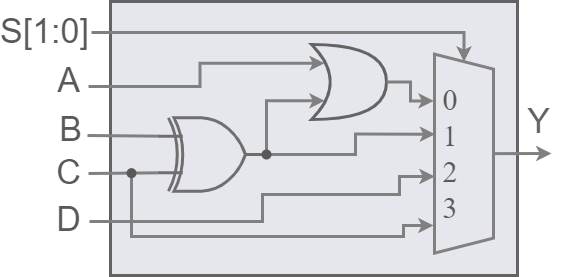
Above: Labs/Pic/multiplexors_5.png in MPSU/exAPS (draw.io), before the change. Source tidied: cells renumbered, new cells last; positions are measured from the earlier drawing's top-left corner, leaving out a move shared by most shapes. Its diagram source:
```xml
<mxGraphModel>
  <root>
    <mxCell id="0" />
    <mxCell id="1" parent="0" />
    <mxCell id="2" style="rounded=0;whiteSpace=wrap;html=1;labelBackgroundColor=none;strokeColor=#636363;strokeWidth=3;fontSize=34;fillColor=#E6E6ED;" parent="1" vertex="1">
      <mxGeometry x="23" width="407" height="274" as="geometry" />
    </mxCell>
    <mxCell id="3" style="shape=trapezoid;perimeter=trapezoidPerimeter;html=1;fixedSize=1;fontSize=12;rotation=90;size=14.999999999999886;fontFamily=Times New Roman;strokeColor=#808080;fontColor=#595959;whiteSpace=wrap;labelBackgroundColor=none;fillColor=none;strokeWidth=3;" parent="1" vertex="1">
      <mxGeometry x="277" y="122.6" width="199" height="59" as="geometry" />
    </mxCell>
    <mxCell id="4" value="&lt;font style=&quot;font-size: 30px;&quot;&gt;0&lt;br style=&quot;&quot;&gt;1&lt;br&gt;2&lt;br&gt;3&lt;br&gt;&lt;/font&gt;" style="text;html=1;strokeColor=none;fillColor=none;align=center;verticalAlign=middle;whiteSpace=wrap;rounded=0;fontSize=12;fontFamily=Times New Roman;fontColor=#595959;spacingTop=-1;spacing=-1;spacingLeft=0;strokeWidth=3;" parent="1" vertex="1">
      <mxGeometry x="321" y="130.1" width="84.2" height="44.1" as="geometry" />
    </mxCell>
    <mxCell id="5" style="endArrow=none;html=1;rounded=0;fontSize=12;startArrow=none;startFill=0;fontFamily=Times New Roman;strokeColor=#808080;fontColor=#595959;strokeWidth=3;exitX=0;exitY=0.25;exitDx=0;exitDy=0;exitPerimeter=0;" parent="1" edge="1" source="19">
      <mxGeometry relative="1" as="geometry">
        <mxPoint y="134" as="targetPoint" />
      </mxGeometry>
    </mxCell>
    <mxCell id="6" value="B" style="edgeLabel;html=1;align=center;verticalAlign=middle;fontColor=#595959;fontSize=34;labelBackgroundColor=none;" parent="5" vertex="1">
      <mxGeometry x="0.28" relative="1" as="geometry">
        <mxPoint x="-43" y="-7" as="offset" />
      </mxGeometry>
    </mxCell>
    <mxCell id="7" style="endArrow=none;html=1;rounded=0;fontSize=12;startArrow=none;startFill=0;fontFamily=Times New Roman;strokeColor=#808080;fontColor=#595959;strokeWidth=3;exitX=0;exitY=0.75;exitDx=0;exitDy=0;exitPerimeter=0;" parent="1" edge="1" source="19">
      <mxGeometry relative="1" as="geometry">
        <mxPoint x="1" y="172" as="targetPoint" />
      </mxGeometry>
    </mxCell>
    <mxCell id="8" value="C" style="edgeLabel;html=1;align=center;verticalAlign=middle;fontColor=#595959;labelBackgroundColor=none;fontSize=34;" parent="7" vertex="1">
      <mxGeometry x="0.33" y="1" relative="1" as="geometry">
        <mxPoint x="-43" y="-2" as="offset" />
      </mxGeometry>
    </mxCell>
    <mxCell id="9" style="endArrow=none;html=1;rounded=0;fontSize=12;startArrow=classic;startFill=1;fontFamily=Times New Roman;strokeColor=#808080;fontColor=#595959;strokeWidth=3;edgeStyle=orthogonalEdgeStyle;exitX=0;exitY=0.5;exitDx=0;exitDy=0;" parent="1" edge="1" source="3">
      <mxGeometry relative="1" as="geometry">
        <mxPoint x="4" y="31" as="targetPoint" />
        <Array as="points">
          <mxPoint x="376" y="31" />
        </Array>
      </mxGeometry>
    </mxCell>
    <mxCell id="10" value="S[1:0]" style="edgeLabel;html=1;align=center;verticalAlign=middle;fontColor=#595959;fontSize=34;labelBackgroundColor=none;" parent="9" vertex="1">
      <mxGeometry x="0.28" relative="1" as="geometry">
        <mxPoint x="-191" y="-1" as="offset" />
      </mxGeometry>
    </mxCell>
    <mxCell id="11" style="endArrow=none;html=1;rounded=0;fontSize=12;startArrow=classic;startFill=1;fontFamily=Times New Roman;strokeColor=#808080;fontColor=#595959;strokeWidth=3;exitX=0.615;exitY=0.997;exitDx=0;exitDy=0;exitPerimeter=0;edgeStyle=orthogonalEdgeStyle;" parent="1" edge="1" source="3">
      <mxGeometry relative="1" as="geometry">
        <mxPoint x="2" y="220" as="targetPoint" />
        <Array as="points">
          <mxPoint x="312" y="175" />
          <mxPoint x="312" y="193" />
          <mxPoint x="175" y="193" />
          <mxPoint x="175" y="220" />
        </Array>
      </mxGeometry>
    </mxCell>
    <mxCell id="12" value="D" style="edgeLabel;html=1;align=center;verticalAlign=middle;fontColor=#595959;fontSize=34;labelBackgroundColor=none;" parent="11" vertex="1">
      <mxGeometry x="0.28" relative="1" as="geometry">
        <mxPoint x="-161" y="-2" as="offset" />
      </mxGeometry>
    </mxCell>
    <mxCell id="13" style="endArrow=none;html=1;rounded=0;fontSize=12;startArrow=none;startFill=0;fontFamily=Times New Roman;strokeColor=#808080;fontColor=#595959;strokeWidth=3;exitDx=0;exitDy=0;exitPerimeter=0;entryX=1;entryY=0.5;entryDx=0;entryDy=0;entryPerimeter=0;" parent="1" edge="1" source="24" target="19">
      <mxGeometry relative="1" as="geometry" />
    </mxCell>
    <mxCell id="14" style="endArrow=none;html=1;rounded=0;fontSize=12;startArrow=classic;startFill=1;fontFamily=Times New Roman;strokeColor=#808080;fontColor=#595959;strokeWidth=3;exitX=0.402;exitY=0.989;exitDx=0;exitDy=0;exitPerimeter=0;entryDx=0;entryDy=0;entryPerimeter=0;edgeStyle=orthogonalEdgeStyle;" parent="1" edge="1" source="3" target="24">
      <mxGeometry relative="1" as="geometry" />
    </mxCell>
    <mxCell id="15" style="endArrow=none;html=1;rounded=0;fontSize=12;startArrow=classic;startFill=1;fontFamily=Times New Roman;strokeColor=#808080;fontColor=#595959;strokeWidth=3;exitX=0.175;exitY=0.25;exitDx=0;exitDy=0;exitPerimeter=0;edgeStyle=orthogonalEdgeStyle;" parent="1" edge="1" source="20">
      <mxGeometry relative="1" as="geometry">
        <mxPoint x="1" y="85" as="targetPoint" />
      </mxGeometry>
    </mxCell>
    <mxCell id="16" value="A" style="edgeLabel;html=1;align=center;verticalAlign=middle;fontColor=#595959;fontSize=34;labelBackgroundColor=none;" parent="15" vertex="1">
      <mxGeometry x="0.28" relative="1" as="geometry">
        <mxPoint x="-113" y="-6" as="offset" />
      </mxGeometry>
    </mxCell>
    <mxCell id="17" style="endArrow=none;html=1;rounded=0;fontSize=12;startArrow=classic;startFill=1;fontFamily=Times New Roman;strokeColor=#808080;fontColor=#595959;strokeWidth=3;entryX=0.5;entryY=0;entryDx=0;entryDy=0;" parent="1" edge="1" target="3">
      <mxGeometry relative="1" as="geometry">
        <mxPoint x="464" y="152" as="sourcePoint" />
      </mxGeometry>
    </mxCell>
    <mxCell id="18" value="Y" style="edgeLabel;html=1;align=center;verticalAlign=middle;fontSize=34;fontColor=#636363;labelBackgroundColor=none;" parent="17" vertex="1">
      <mxGeometry x="0.38" y="-1" relative="1" as="geometry">
        <mxPoint x="27" y="-31" as="offset" />
      </mxGeometry>
    </mxCell>
    <mxCell id="19" style="verticalLabelPosition=bottom;shadow=0;dashed=0;align=center;html=1;verticalAlign=top;shape=mxgraph.electrical.logic_gates.logic_gate;operation=xor;labelBackgroundColor=none;strokeColor=#6E6E6E;strokeWidth=3;fontSize=34;fontColor=#636363;fillColor=none;" parent="1" vertex="1">
      <mxGeometry x="70" y="116.3" width="110" height="73.4" as="geometry" />
    </mxCell>
    <mxCell id="20" style="shape=xor;whiteSpace=wrap;html=1;fontColor=#595959;strokeWidth=3;strokeColor=#636363;fillColor=none;" parent="1" vertex="1">
      <mxGeometry x="224" y="43" width="75" height="75" as="geometry" />
    </mxCell>
    <mxCell id="21" style="endArrow=none;html=1;rounded=0;fontSize=12;startArrow=classic;startFill=1;fontFamily=Times New Roman;strokeColor=#808080;fontColor=#595959;strokeWidth=3;edgeStyle=orthogonalEdgeStyle;" parent="1" edge="1" target="22">
      <mxGeometry relative="1" as="geometry">
        <mxPoint x="346" y="224" as="sourcePoint" />
        <Array as="points">
          <mxPoint x="316" y="224" />
          <mxPoint x="316" y="235" />
          <mxPoint x="44" y="235" />
        </Array>
      </mxGeometry>
    </mxCell>
    <mxCell id="22" style="shape=waypoint;sketch=0;size=6;points=[];fillColor=none;perimeter=centerPerimeter;snapToPoint=1;labelBackgroundColor=none;strokeColor=#595959;strokeWidth=3;fontSize=34;fontColor=none;" parent="1" vertex="1">
      <mxGeometry x="34" y="161.6" width="20" height="20" as="geometry" />
    </mxCell>
    <mxCell id="23" style="endArrow=none;html=1;rounded=0;fontSize=12;startArrow=classic;startFill=1;fontFamily=Times New Roman;strokeColor=#808080;fontColor=#595959;strokeWidth=3;exitX=0.175;exitY=0.75;exitDx=0;exitDy=0;exitPerimeter=0;edgeStyle=orthogonalEdgeStyle;entryX=0.529;entryY=0.721;entryDx=0;entryDy=0;entryPerimeter=0;" parent="1" edge="1" source="20" target="24">
      <mxGeometry relative="1" as="geometry" />
    </mxCell>
    <mxCell id="24" style="shape=waypoint;sketch=0;size=6;points=[];fillColor=none;perimeter=centerPerimeter;snapToPoint=1;labelBackgroundColor=none;strokeColor=#595959;strokeWidth=3;fontSize=34;fontColor=none;" parent="1" vertex="1">
      <mxGeometry x="169" y="143" width="20" height="20" as="geometry" />
    </mxCell>
    <mxCell id="25" style="endArrow=none;html=1;rounded=0;fontSize=12;startArrow=classic;startFill=1;fontFamily=Times New Roman;strokeColor=#808080;fontColor=#595959;strokeWidth=3;exitX=0.235;exitY=1.013;exitDx=0;exitDy=0;exitPerimeter=0;edgeStyle=orthogonalEdgeStyle;entryX=1;entryY=0.5;entryDx=0;entryDy=0;entryPerimeter=0;" parent="1" edge="1" source="3" target="20">
      <mxGeometry relative="1" as="geometry" />
    </mxCell>
  </root>
</mxGraphModel>
```
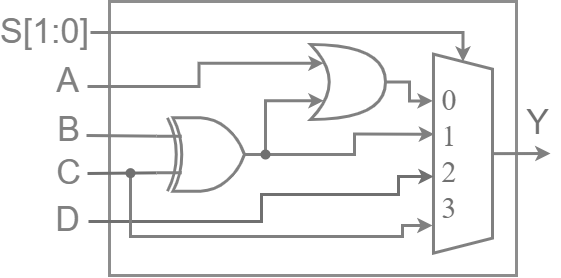
After the change.

Commit message:
Изменены картинки для Multiplexors.md

Diff of the diagram source:
```diff
@@ -2,36 +2,36 @@
   <root>
     <mxCell id="0" />
     <mxCell id="1" parent="0" />
-    <mxCell id="2" style="rounded=0;whiteSpace=wrap;html=1;labelBackgroundColor=none;strokeColor=#636363;strokeWidth=3;fontSize=34;fillColor=#E6E6ED;" parent="1" vertex="1">
+    <mxCell id="2" style="rounded=0;whiteSpace=wrap;html=1;labelBackgroundColor=none;strokeColor=#707070;strokeWidth=3;fontSize=34;fillColor=none;opacity=80;fontColor=#707070;" parent="1" vertex="1">
       <mxGeometry x="23" width="407" height="274" as="geometry" />
     </mxCell>
-    <mxCell id="3" style="shape=trapezoid;perimeter=trapezoidPerimeter;html=1;fixedSize=1;fontSize=12;rotation=90;size=14.999999999999886;fontFamily=Times New Roman;strokeColor=#808080;fontColor=#595959;whiteSpace=wrap;labelBackgroundColor=none;fillColor=none;strokeWidth=3;" parent="1" vertex="1">
+    <mxCell id="3" style="shape=trapezoid;perimeter=trapezoidPerimeter;html=1;fixedSize=1;fontSize=12;rotation=90;size=14.999999999999886;fontFamily=Times New Roman;strokeColor=#808080;fontColor=#707070;whiteSpace=wrap;labelBackgroundColor=none;fillColor=none;strokeWidth=3;" parent="1" vertex="1">
       <mxGeometry x="277" y="122.6" width="199" height="59" as="geometry" />
     </mxCell>
-    <mxCell id="4" value="&lt;font style=&quot;font-size: 30px;&quot;&gt;0&lt;br style=&quot;&quot;&gt;1&lt;br&gt;2&lt;br&gt;3&lt;br&gt;&lt;/font&gt;" style="text;html=1;strokeColor=none;fillColor=none;align=center;verticalAlign=middle;whiteSpace=wrap;rounded=0;fontSize=12;fontFamily=Times New Roman;fontColor=#595959;spacingTop=-1;spacing=-1;spacingLeft=0;strokeWidth=3;" parent="1" vertex="1">
+    <mxCell id="4" value="&lt;font style=&quot;font-size: 30px;&quot;&gt;0&lt;br style=&quot;&quot;&gt;1&lt;br&gt;2&lt;br&gt;3&lt;br&gt;&lt;/font&gt;" style="text;html=1;strokeColor=none;fillColor=none;align=center;verticalAlign=middle;whiteSpace=wrap;rounded=0;fontSize=12;fontFamily=Times New Roman;fontColor=#707070;spacingTop=-1;spacing=-1;spacingLeft=0;strokeWidth=3;" parent="1" vertex="1">
       <mxGeometry x="321" y="130.1" width="84.2" height="44.1" as="geometry" />
     </mxCell>
-    <mxCell id="5" style="endArrow=none;html=1;rounded=0;fontSize=12;startArrow=none;startFill=0;fontFamily=Times New Roman;strokeColor=#808080;fontColor=#595959;strokeWidth=3;exitX=0;exitY=0.25;exitDx=0;exitDy=0;exitPerimeter=0;" parent="1" edge="1" source="19">
+    <mxCell id="5" style="endArrow=none;html=1;rounded=0;fontSize=12;startArrow=none;startFill=0;fontFamily=Times New Roman;strokeColor=#808080;fontColor=#707070;strokeWidth=3;exitX=0;exitY=0.25;exitDx=0;exitDy=0;exitPerimeter=0;" parent="1" edge="1" source="19">
       <mxGeometry relative="1" as="geometry">
         <mxPoint y="134" as="targetPoint" />
       </mxGeometry>
     </mxCell>
-    <mxCell id="6" value="B" style="edgeLabel;html=1;align=center;verticalAlign=middle;fontColor=#595959;fontSize=34;labelBackgroundColor=none;" parent="5" vertex="1">
+    <mxCell id="6" value="B" style="edgeLabel;html=1;align=center;verticalAlign=middle;fontColor=#808080;fontSize=34;labelBackgroundColor=none;" parent="5" vertex="1">
       <mxGeometry x="0.28" relative="1" as="geometry">
         <mxPoint x="-43" y="-7" as="offset" />
       </mxGeometry>
     </mxCell>
-    <mxCell id="7" style="endArrow=none;html=1;rounded=0;fontSize=12;startArrow=none;startFill=0;fontFamily=Times New Roman;strokeColor=#808080;fontColor=#595959;strokeWidth=3;exitX=0;exitY=0.75;exitDx=0;exitDy=0;exitPerimeter=0;" parent="1" edge="1" source="19">
+    <mxCell id="7" style="endArrow=none;html=1;rounded=0;fontSize=12;startArrow=none;startFill=0;fontFamily=Times New Roman;strokeColor=#707070;fontColor=#707070;strokeWidth=3;exitX=0;exitY=0.75;exitDx=0;exitDy=0;exitPerimeter=0;" parent="1" edge="1" source="19">
       <mxGeometry relative="1" as="geometry">
         <mxPoint x="1" y="172" as="targetPoint" />
       </mxGeometry>
     </mxCell>
-    <mxCell id="8" value="C" style="edgeLabel;html=1;align=center;verticalAlign=middle;fontColor=#595959;labelBackgroundColor=none;fontSize=34;" parent="7" vertex="1">
+    <mxCell id="8" value="C" style="edgeLabel;html=1;align=center;verticalAlign=middle;fontColor=#808080;labelBackgroundColor=none;fontSize=34;" parent="7" vertex="1">
       <mxGeometry x="0.33" y="1" relative="1" as="geometry">
         <mxPoint x="-43" y="-2" as="offset" />
       </mxGeometry>
     </mxCell>
-    <mxCell id="9" style="endArrow=none;html=1;rounded=0;fontSize=12;startArrow=classic;startFill=1;fontFamily=Times New Roman;strokeColor=#808080;fontColor=#595959;strokeWidth=3;edgeStyle=orthogonalEdgeStyle;exitX=0;exitY=0.5;exitDx=0;exitDy=0;" parent="1" edge="1" source="3">
+    <mxCell id="9" style="endArrow=none;html=1;rounded=0;fontSize=12;startArrow=classic;startFill=1;fontFamily=Times New Roman;strokeColor=#808080;fontColor=#707070;strokeWidth=3;edgeStyle=orthogonalEdgeStyle;exitX=0;exitY=0.5;exitDx=0;exitDy=0;" parent="1" edge="1" source="3">
       <mxGeometry relative="1" as="geometry">
         <mxPoint x="4" y="31" as="targetPoint" />
         <Array as="points">
@@ -39,12 +39,12 @@
         </Array>
       </mxGeometry>
     </mxCell>
-    <mxCell id="10" value="S[1:0]" style="edgeLabel;html=1;align=center;verticalAlign=middle;fontColor=#595959;fontSize=34;labelBackgroundColor=none;" parent="9" vertex="1">
+    <mxCell id="10" value="S[1:0]" style="edgeLabel;html=1;align=center;verticalAlign=middle;fontColor=#808080;fontSize=34;labelBackgroundColor=none;" parent="9" vertex="1">
       <mxGeometry x="0.28" relative="1" as="geometry">
         <mxPoint x="-191" y="-1" as="offset" />
       </mxGeometry>
     </mxCell>
-    <mxCell id="11" style="endArrow=none;html=1;rounded=0;fontSize=12;startArrow=classic;startFill=1;fontFamily=Times New Roman;strokeColor=#808080;fontColor=#595959;strokeWidth=3;exitX=0.615;exitY=0.997;exitDx=0;exitDy=0;exitPerimeter=0;edgeStyle=orthogonalEdgeStyle;" parent="1" edge="1" source="3">
+    <mxCell id="11" style="endArrow=none;html=1;rounded=0;fontSize=12;startArrow=classic;startFill=1;fontFamily=Times New Roman;strokeColor=#707070;fontColor=#707070;strokeWidth=3;exitX=0.615;exitY=0.997;exitDx=0;exitDy=0;exitPerimeter=0;edgeStyle=orthogonalEdgeStyle;" parent="1" edge="1" source="3">
       <mxGeometry relative="1" as="geometry">
         <mxPoint x="2" y="220" as="targetPoint" />
         <Array as="points">
@@ -55,44 +55,44 @@
         </Array>
       </mxGeometry>
     </mxCell>
-    <mxCell id="12" value="D" style="edgeLabel;html=1;align=center;verticalAlign=middle;fontColor=#595959;fontSize=34;labelBackgroundColor=none;" parent="11" vertex="1">
+    <mxCell id="12" value="D" style="edgeLabel;html=1;align=center;verticalAlign=middle;fontColor=#808080;fontSize=34;labelBackgroundColor=none;" parent="11" vertex="1">
       <mxGeometry x="0.28" relative="1" as="geometry">
         <mxPoint x="-161" y="-2" as="offset" />
       </mxGeometry>
     </mxCell>
-    <mxCell id="13" style="endArrow=none;html=1;rounded=0;fontSize=12;startArrow=none;startFill=0;fontFamily=Times New Roman;strokeColor=#808080;fontColor=#595959;strokeWidth=3;exitDx=0;exitDy=0;exitPerimeter=0;entryX=1;entryY=0.5;entryDx=0;entryDy=0;entryPerimeter=0;" parent="1" edge="1" source="24" target="19">
+    <mxCell id="13" style="endArrow=none;html=1;rounded=0;fontSize=12;startArrow=none;startFill=0;fontFamily=Times New Roman;strokeColor=#808080;fontColor=#707070;strokeWidth=3;exitDx=0;exitDy=0;exitPerimeter=0;entryX=1;entryY=0.5;entryDx=0;entryDy=0;entryPerimeter=0;" parent="1" edge="1" source="24" target="19">
       <mxGeometry relative="1" as="geometry" />
     </mxCell>
-    <mxCell id="14" style="endArrow=none;html=1;rounded=0;fontSize=12;startArrow=classic;startFill=1;fontFamily=Times New Roman;strokeColor=#808080;fontColor=#595959;strokeWidth=3;exitX=0.402;exitY=0.989;exitDx=0;exitDy=0;exitPerimeter=0;entryDx=0;entryDy=0;entryPerimeter=0;edgeStyle=orthogonalEdgeStyle;" parent="1" edge="1" source="3" target="24">
+    <mxCell id="14" style="endArrow=none;html=1;rounded=0;fontSize=12;startArrow=classic;startFill=1;fontFamily=Times New Roman;strokeColor=#808080;fontColor=#707070;strokeWidth=3;exitX=0.402;exitY=0.989;exitDx=0;exitDy=0;exitPerimeter=0;entryDx=0;entryDy=0;entryPerimeter=0;edgeStyle=orthogonalEdgeStyle;" parent="1" edge="1" source="3" target="24">
       <mxGeometry relative="1" as="geometry" />
     </mxCell>
-    <mxCell id="15" style="endArrow=none;html=1;rounded=0;fontSize=12;startArrow=classic;startFill=1;fontFamily=Times New Roman;strokeColor=#808080;fontColor=#595959;strokeWidth=3;exitX=0.175;exitY=0.25;exitDx=0;exitDy=0;exitPerimeter=0;edgeStyle=orthogonalEdgeStyle;" parent="1" edge="1" source="20">
+    <mxCell id="15" style="endArrow=none;html=1;rounded=0;fontSize=12;startArrow=classic;startFill=1;fontFamily=Times New Roman;strokeColor=#808080;fontColor=#707070;strokeWidth=3;exitX=0.175;exitY=0.25;exitDx=0;exitDy=0;exitPerimeter=0;edgeStyle=orthogonalEdgeStyle;" parent="1" edge="1" source="20">
       <mxGeometry relative="1" as="geometry">
         <mxPoint x="1" y="85" as="targetPoint" />
       </mxGeometry>
     </mxCell>
-    <mxCell id="16" value="A" style="edgeLabel;html=1;align=center;verticalAlign=middle;fontColor=#595959;fontSize=34;labelBackgroundColor=none;" parent="15" vertex="1">
+    <mxCell id="16" value="A" style="edgeLabel;html=1;align=center;verticalAlign=middle;fontColor=#808080;fontSize=34;labelBackgroundColor=none;" parent="15" vertex="1">
       <mxGeometry x="0.28" relative="1" as="geometry">
         <mxPoint x="-113" y="-6" as="offset" />
       </mxGeometry>
     </mxCell>
-    <mxCell id="17" style="endArrow=none;html=1;rounded=0;fontSize=12;startArrow=classic;startFill=1;fontFamily=Times New Roman;strokeColor=#808080;fontColor=#595959;strokeWidth=3;entryX=0.5;entryY=0;entryDx=0;entryDy=0;" parent="1" edge="1" target="3">
+    <mxCell id="17" style="endArrow=none;html=1;rounded=0;fontSize=12;startArrow=classic;startFill=1;fontFamily=Times New Roman;strokeColor=#808080;fontColor=#707070;strokeWidth=3;entryX=0.5;entryY=0;entryDx=0;entryDy=0;" parent="1" edge="1" target="3">
       <mxGeometry relative="1" as="geometry">
         <mxPoint x="464" y="152" as="sourcePoint" />
       </mxGeometry>
     </mxCell>
-    <mxCell id="18" value="Y" style="edgeLabel;html=1;align=center;verticalAlign=middle;fontSize=34;fontColor=#636363;labelBackgroundColor=none;" parent="17" vertex="1">
+    <mxCell id="18" value="Y" style="edgeLabel;html=1;align=center;verticalAlign=middle;fontSize=34;fontColor=#707070;labelBackgroundColor=none;" parent="17" vertex="1">
       <mxGeometry x="0.38" y="-1" relative="1" as="geometry">
         <mxPoint x="27" y="-31" as="offset" />
       </mxGeometry>
     </mxCell>
-    <mxCell id="19" style="verticalLabelPosition=bottom;shadow=0;dashed=0;align=center;html=1;verticalAlign=top;shape=mxgraph.electrical.logic_gates.logic_gate;operation=xor;labelBackgroundColor=none;strokeColor=#6E6E6E;strokeWidth=3;fontSize=34;fontColor=#636363;fillColor=none;" parent="1" vertex="1">
+    <mxCell id="19" style="verticalLabelPosition=bottom;shadow=0;dashed=0;align=center;html=1;verticalAlign=top;shape=mxgraph.electrical.logic_gates.logic_gate;operation=xor;labelBackgroundColor=none;strokeColor=#808080;strokeWidth=3;fontSize=34;fontColor=#707070;fillColor=none;" parent="1" vertex="1">
       <mxGeometry x="70" y="116.3" width="110" height="73.4" as="geometry" />
     </mxCell>
-    <mxCell id="20" style="shape=xor;whiteSpace=wrap;html=1;fontColor=#595959;strokeWidth=3;strokeColor=#636363;fillColor=none;" parent="1" vertex="1">
+    <mxCell id="20" style="shape=xor;whiteSpace=wrap;html=1;fontColor=#707070;strokeWidth=3;strokeColor=#808080;fillColor=none;" parent="1" vertex="1">
       <mxGeometry x="224" y="43" width="75" height="75" as="geometry" />
     </mxCell>
-    <mxCell id="21" style="endArrow=none;html=1;rounded=0;fontSize=12;startArrow=classic;startFill=1;fontFamily=Times New Roman;strokeColor=#808080;fontColor=#595959;strokeWidth=3;edgeStyle=orthogonalEdgeStyle;" parent="1" edge="1" target="22">
+    <mxCell id="21" style="endArrow=none;html=1;rounded=0;fontSize=12;startArrow=classic;startFill=1;fontFamily=Times New Roman;strokeColor=#808080;fontColor=#707070;strokeWidth=3;edgeStyle=orthogonalEdgeStyle;" parent="1" edge="1" target="22">
       <mxGeometry relative="1" as="geometry">
         <mxPoint x="346" y="224" as="sourcePoint" />
         <Array as="points">
@@ -102,16 +102,16 @@
         </Array>
       </mxGeometry>
     </mxCell>
-    <mxCell id="22" style="shape=waypoint;sketch=0;size=6;points=[];fillColor=none;perimeter=centerPerimeter;snapToPoint=1;labelBackgroundColor=none;strokeColor=#595959;strokeWidth=3;fontSize=34;fontColor=none;" parent="1" vertex="1">
+    <mxCell id="22" style="shape=waypoint;sketch=0;size=6;points=[];fillColor=none;perimeter=centerPerimeter;snapToPoint=1;labelBackgroundColor=none;strokeColor=#707070;strokeWidth=3;fontSize=34;fontColor=#707070;" parent="1" vertex="1">
       <mxGeometry x="34" y="161.6" width="20" height="20" as="geometry" />
     </mxCell>
-    <mxCell id="23" style="endArrow=none;html=1;rounded=0;fontSize=12;startArrow=classic;startFill=1;fontFamily=Times New Roman;strokeColor=#808080;fontColor=#595959;strokeWidth=3;exitX=0.175;exitY=0.75;exitDx=0;exitDy=0;exitPerimeter=0;edgeStyle=orthogonalEdgeStyle;entryX=0.529;entryY=0.721;entryDx=0;entryDy=0;entryPerimeter=0;" parent="1" edge="1" source="20" target="24">
+    <mxCell id="23" style="endArrow=none;html=1;rounded=0;fontSize=12;startArrow=classic;startFill=1;fontFamily=Times New Roman;strokeColor=#808080;fontColor=#707070;strokeWidth=3;exitX=0.175;exitY=0.75;exitDx=0;exitDy=0;exitPerimeter=0;edgeStyle=orthogonalEdgeStyle;entryX=0.529;entryY=0.721;entryDx=0;entryDy=0;entryPerimeter=0;" parent="1" edge="1" source="20" target="24">
       <mxGeometry relative="1" as="geometry" />
     </mxCell>
-    <mxCell id="24" style="shape=waypoint;sketch=0;size=6;points=[];fillColor=none;perimeter=centerPerimeter;snapToPoint=1;labelBackgroundColor=none;strokeColor=#595959;strokeWidth=3;fontSize=34;fontColor=none;" parent="1" vertex="1">
+    <mxCell id="24" style="shape=waypoint;sketch=0;size=6;points=[];fillColor=none;perimeter=centerPerimeter;snapToPoint=1;labelBackgroundColor=none;strokeColor=#707070;strokeWidth=3;fontSize=34;fontColor=#707070;" parent="1" vertex="1">
       <mxGeometry x="169" y="143" width="20" height="20" as="geometry" />
     </mxCell>
-    <mxCell id="25" style="endArrow=none;html=1;rounded=0;fontSize=12;startArrow=classic;startFill=1;fontFamily=Times New Roman;strokeColor=#808080;fontColor=#595959;strokeWidth=3;exitX=0.235;exitY=1.013;exitDx=0;exitDy=0;exitPerimeter=0;edgeStyle=orthogonalEdgeStyle;entryX=1;entryY=0.5;entryDx=0;entryDy=0;entryPerimeter=0;" parent="1" edge="1" source="3" target="20">
+    <mxCell id="25" style="endArrow=none;html=1;rounded=0;fontSize=12;startArrow=classic;startFill=1;fontFamily=Times New Roman;strokeColor=#808080;fontColor=#707070;strokeWidth=3;exitX=0.235;exitY=1.013;exitDx=0;exitDy=0;exitPerimeter=0;edgeStyle=orthogonalEdgeStyle;entryX=1;entryY=0.5;entryDx=0;entryDy=0;entryPerimeter=0;" parent="1" edge="1" source="3" target="20">
       <mxGeometry relative="1" as="geometry" />
     </mxCell>
   </root>
```
